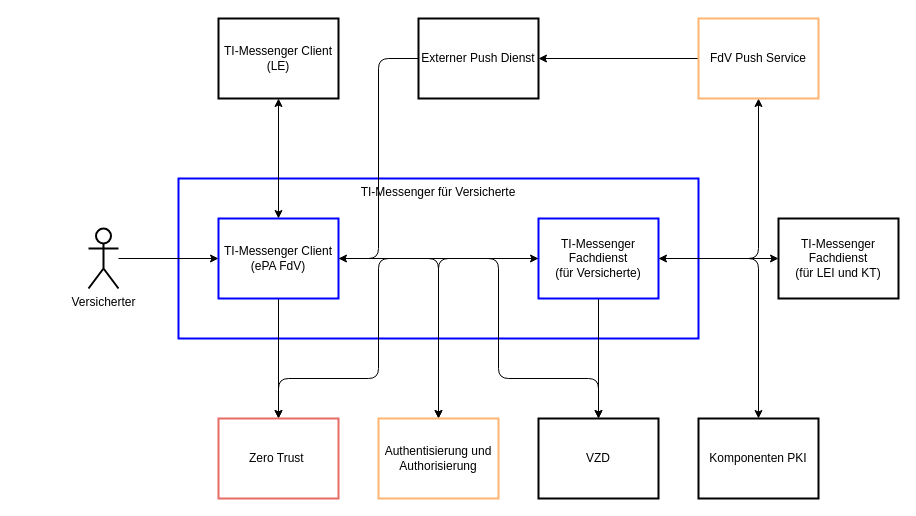
Before: src/drawio/TI-M-Client_ePA_FdV_Kontextabgrenzung.drawio in gematik/api-ti-messenger, a draw.io diagram. Source tidied: cells renumbered, new cells numbered last; positions are measured from the earlier drawing's top-left corner, leaving out a move shared by most shapes. Both pictures are drawn from the tidied source at 100%, with x=0, y=0 at pixel (88, 18).
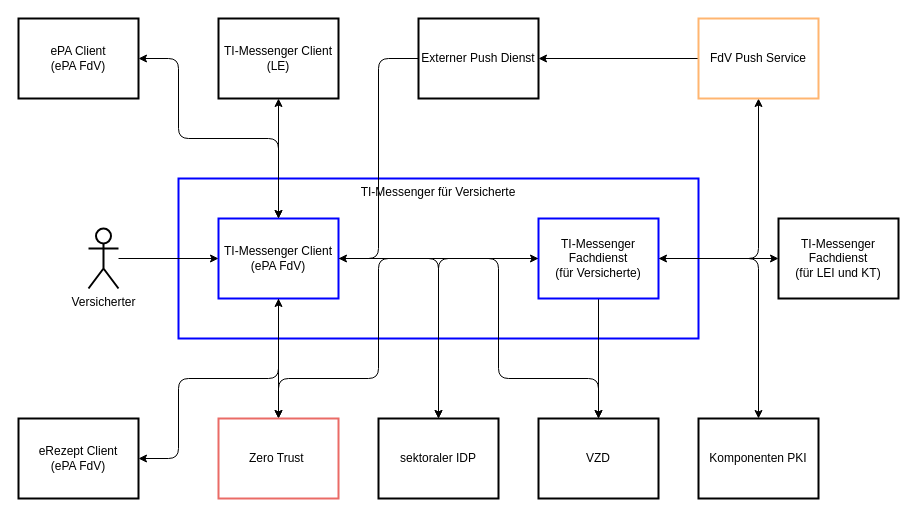
After the change.

Unchanged cells that the change refers to:
```xml
<mxCell id="7" value="TI-Messenger Client&lt;br&gt;(ePA FdV)" style="rounded=0;whiteSpace=wrap;html=1;strokeColor=#0000FF;strokeWidth=2;" parent="1" vertex="1">
  <mxGeometry x="130" y="200" width="120" height="80" as="geometry" />
</mxCell>
```

The edit, as a diff of the source:
```diff
@@
-    <mxCell id="18" value="Authentisierung und Authorisierung" style="rounded=0;whiteSpace=wrap;html=1;strokeWidth=2;strokeColor=#FFB570;" parent="1" vertex="1">
+    <mxCell id="18" value="sektoraler IDP" style="rounded=0;whiteSpace=wrap;html=1;strokeWidth=2;strokeColor=#000000;" parent="1" vertex="1">
       <mxGeometry x="290" y="400" width="120" height="80" as="geometry" />
     </mxCell>
@@
+    <mxCell id="28" style="edgeStyle=orthogonalEdgeStyle;rounded=1;jettySize=auto;html=1;entryX=0.5;entryY=0;entryDx=0;entryDy=0;startArrow=classic;startFill=1;" parent="1" edge="1" source="29" target="7">
+      <mxGeometry relative="1" as="geometry">
+        <Array as="points">
+          <mxPoint x="90" y="40" />
+          <mxPoint x="90" y="120" />
+          <mxPoint x="190" y="120" />
+        </Array>
+      </mxGeometry>
+    </mxCell>
+    <mxCell id="29" value="ePA Client&lt;br&gt;(ePA FdV)" style="rounded=0;whiteSpace=wrap;html=1;strokeColor=#000000;strokeWidth=2;" parent="1" vertex="1">
+      <mxGeometry x="-70" width="120" height="80" as="geometry" />
+    </mxCell>
+    <mxCell id="30" style="edgeStyle=orthogonalEdgeStyle;jettySize=auto;html=1;entryX=0.5;entryY=1;entryDx=0;entryDy=0;rounded=1;startArrow=classic;startFill=1;" parent="1" edge="1" source="31" target="7">
+      <mxGeometry relative="1" as="geometry">
+        <Array as="points">
+          <mxPoint x="90" y="440" />
+          <mxPoint x="90" y="360" />
+          <mxPoint x="190" y="360" />
+        </Array>
+      </mxGeometry>
+    </mxCell>
+    <mxCell id="31" value="eRezept Client&lt;br&gt;(ePA FdV)" style="rounded=0;whiteSpace=wrap;html=1;strokeColor=#000000;strokeWidth=2;" parent="1" vertex="1">
+      <mxGeometry x="-70" y="400" width="120" height="80" as="geometry" />
+    </mxCell>
```
